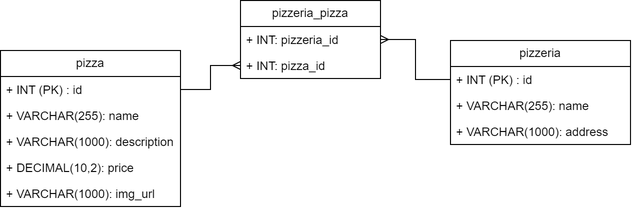
The draw.io diagram img/ER Diagram.png in krajniy/PizzaService, before a commit. Source tidied: cells renumbered, new cells last; positions are measured from the earlier drawing's top-left corner, leaving out a move shared by most shapes.
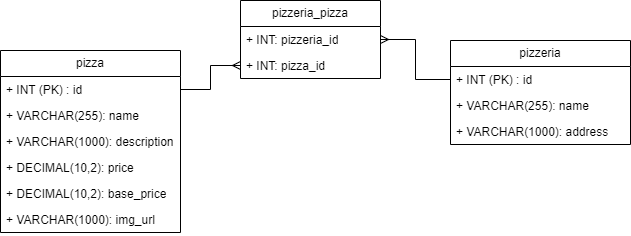
After the change.

Commit message:
some refactoring, unit tests fixes

The edit, as a diff of the source:
```diff
@@ -3,7 +3,7 @@
     <mxCell id="0" />
     <mxCell id="1" parent="0" />
     <mxCell id="2" value="pizza" style="swimlane;fontStyle=0;horizontal=1;startSize=26;fillColor=none;whiteSpace=wrap;html=1;" parent="1" vertex="1">
-      <mxGeometry y="50" width="180" height="156" as="geometry" />
+      <mxGeometry y="50" width="180" height="182" as="geometry" />
     </mxCell>
     <mxCell id="3" value="+ INT (PK) : id" style="text;strokeColor=none;fillColor=none;align=left;verticalAlign=top;spacingLeft=4;spacingRight=4;overflow=hidden;points=[[0,0.5],[1,0.5]];portConstraint=eastwest;whiteSpace=wrap;html=1;" parent="2" vertex="1">
       <mxGeometry y="26" width="180" height="26" as="geometry" />
@@ -17,8 +17,11 @@
     <mxCell id="6" value="+ DECIMAL(10,2): price" style="text;strokeColor=none;fillColor=none;align=left;verticalAlign=top;spacingLeft=4;spacingRight=4;overflow=hidden;whiteSpace=wrap;html=1;" parent="2" vertex="1">
       <mxGeometry y="104" width="180" height="26" as="geometry" />
     </mxCell>
+    <mxCell id="17" value="+ DECIMAL(10,2): base_price" style="text;strokeColor=none;fillColor=none;align=left;verticalAlign=top;spacingLeft=4;spacingRight=4;overflow=hidden;whiteSpace=wrap;html=1;" parent="2" vertex="1">
+      <mxGeometry y="130" width="180" height="26" as="geometry" />
+    </mxCell>
     <mxCell id="7" value="+ VARCHAR(1000): img_url" style="text;strokeColor=none;fillColor=none;align=left;verticalAlign=top;spacingLeft=4;spacingRight=4;overflow=hidden;whiteSpace=wrap;html=1;" parent="2" vertex="1">
-      <mxGeometry y="130" width="180" height="26" as="geometry" />
+      <mxGeometry y="156" width="180" height="26" as="geometry" />
     </mxCell>
     <mxCell id="8" value="pizzeria" style="swimlane;fontStyle=0;horizontal=1;startSize=26;fillColor=none;whiteSpace=wrap;html=1;" parent="1" vertex="1">
       <mxGeometry x="450" y="40" width="180" height="104" as="geometry" />
```
